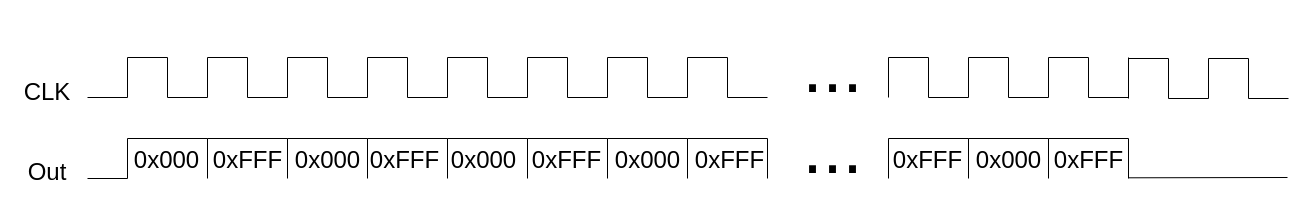
Before: Diagrams/Copy of CheckerBoard1x1black.drawio in sabarioded/Patterns_Project, a draw.io diagram. Source tidied: cells renumbered, new cells numbered last; positions are measured from the earlier drawing's top-left corner, leaving out a move shared by most shapes. Both pictures are drawn from the tidied source at 100%, with x=0, y=0 at pixel (17, 17).
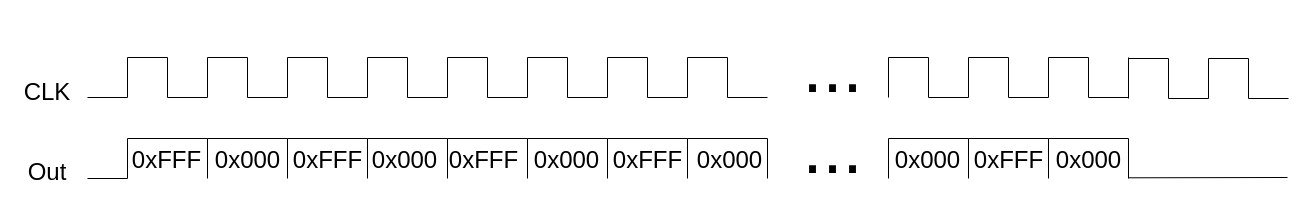
After the change.

Diff of the diagram source:
```diff
@@
-    <mxCell id="55" value="&lt;font style=&quot;font-size: 24px;&quot;&gt;0x000&lt;/font&gt;" style="text;html=1;align=center;verticalAlign=middle;strokeColor=none;fillColor=none;" parent="1" vertex="1">
+    <mxCell id="55" value="&lt;font style=&quot;font-size: 24px;&quot;&gt;0xFFF&lt;/font&gt;" style="text;html=1;align=center;verticalAlign=middle;strokeColor=none;fillColor=none;" parent="1" vertex="1">
       <mxGeometry x="104" y="123" width="90" height="40" as="geometry" />
     </mxCell>
-    <mxCell id="56" value="&lt;font style=&quot;font-size: 24px;&quot;&gt;0xFFF&lt;/font&gt;" style="text;html=1;align=center;verticalAlign=middle;strokeColor=none;fillColor=none;" parent="1" vertex="1">
+    <mxCell id="56" value="&lt;font style=&quot;font-size: 24px;&quot;&gt;0x000&lt;/font&gt;" style="text;html=1;align=center;verticalAlign=middle;strokeColor=none;fillColor=none;" parent="1" vertex="1">
       <mxGeometry x="185" y="123" width="90" height="40" as="geometry" />
     </mxCell>
-    <mxCell id="57" value="&lt;font style=&quot;font-size: 24px;&quot;&gt;0x000&lt;/font&gt;" style="text;html=1;align=center;verticalAlign=middle;strokeColor=none;fillColor=none;" parent="1" vertex="1">
+    <mxCell id="57" value="&lt;font style=&quot;font-size: 24px;&quot;&gt;0xFFF&lt;/font&gt;" style="text;html=1;align=center;verticalAlign=middle;strokeColor=none;fillColor=none;" parent="1" vertex="1">
       <mxGeometry x="265" y="123" width="90" height="40" as="geometry" />
     </mxCell>
-    <mxCell id="58" value="&lt;font style=&quot;font-size: 24px;&quot;&gt;0xFFF&lt;/font&gt;" style="text;html=1;align=center;verticalAlign=middle;strokeColor=none;fillColor=none;" parent="1" vertex="1">
+    <mxCell id="58" value="&lt;font style=&quot;font-size: 24px;&quot;&gt;0x000&lt;/font&gt;" style="text;html=1;align=center;verticalAlign=middle;strokeColor=none;fillColor=none;" parent="1" vertex="1">
       <mxGeometry x="342" y="123" width="90" height="40" as="geometry" />
     </mxCell>
-    <mxCell id="59" value="&lt;font style=&quot;font-size: 24px;&quot;&gt;0x000&lt;/font&gt;" style="text;html=1;align=center;verticalAlign=middle;strokeColor=none;fillColor=none;" parent="1" vertex="1">
+    <mxCell id="59" value="&lt;font style=&quot;font-size: 24px;&quot;&gt;0xFFF&lt;/font&gt;" style="text;html=1;align=center;verticalAlign=middle;strokeColor=none;fillColor=none;" parent="1" vertex="1">
       <mxGeometry x="421" y="123" width="90" height="40" as="geometry" />
     </mxCell>
-    <mxCell id="60" value="&lt;font style=&quot;font-size: 24px;&quot;&gt;0xFFF&lt;/font&gt;" style="text;html=1;align=center;verticalAlign=middle;strokeColor=none;fillColor=none;" parent="1" vertex="1">
+    <mxCell id="60" value="&lt;font style=&quot;font-size: 24px;&quot;&gt;0x000&lt;/font&gt;" style="text;html=1;align=center;verticalAlign=middle;strokeColor=none;fillColor=none;" parent="1" vertex="1">
       <mxGeometry x="504" y="123" width="90" height="40" as="geometry" />
     </mxCell>
-    <mxCell id="61" value="&lt;span style=&quot;font-size: 24px;&quot;&gt;0x000&lt;/span&gt;" style="text;html=1;align=center;verticalAlign=middle;strokeColor=none;fillColor=none;" parent="1" vertex="1">
+    <mxCell id="61" value="&lt;span style=&quot;font-size: 24px;&quot;&gt;0xFFF&lt;/span&gt;" style="text;html=1;align=center;verticalAlign=middle;strokeColor=none;fillColor=none;" parent="1" vertex="1">
       <mxGeometry x="585" y="123" width="90" height="40" as="geometry" />
     </mxCell>
-    <mxCell id="62" value="&lt;font style=&quot;font-size: 24px;&quot;&gt;0xFFF&lt;/font&gt;" style="text;html=1;align=center;verticalAlign=middle;strokeColor=none;fillColor=none;" parent="1" vertex="1">
+    <mxCell id="62" value="&lt;font style=&quot;font-size: 24px;&quot;&gt;0x000&lt;/font&gt;" style="text;html=1;align=center;verticalAlign=middle;strokeColor=none;fillColor=none;" parent="1" vertex="1">
       <mxGeometry x="667" y="123" width="90" height="40" as="geometry" />
     </mxCell>
@@
-    <mxCell id="85" value="&lt;font style=&quot;font-size: 24px;&quot;&gt;0xFFF&lt;/font&gt;" style="text;html=1;align=center;verticalAlign=middle;strokeColor=none;fillColor=none;" parent="1" vertex="1">
+    <mxCell id="85" value="&lt;font style=&quot;font-size: 24px;&quot;&gt;0x000&lt;/font&gt;" style="text;html=1;align=center;verticalAlign=middle;strokeColor=none;fillColor=none;" parent="1" vertex="1">
       <mxGeometry x="865" y="123" width="90" height="40" as="geometry" />
     </mxCell>
-    <mxCell id="86" value="&lt;font style=&quot;font-size: 24px;&quot;&gt;0x000&lt;/font&gt;" style="text;html=1;align=center;verticalAlign=middle;strokeColor=none;fillColor=none;" parent="1" vertex="1">
+    <mxCell id="86" value="&lt;font style=&quot;font-size: 24px;&quot;&gt;0xFFF&lt;/font&gt;" style="text;html=1;align=center;verticalAlign=middle;strokeColor=none;fillColor=none;" parent="1" vertex="1">
       <mxGeometry x="946" y="123" width="90" height="40" as="geometry" />
     </mxCell>
-    <mxCell id="87" value="&lt;font style=&quot;font-size: 24px;&quot;&gt;0xFFF&lt;/font&gt;" style="text;html=1;align=center;verticalAlign=middle;strokeColor=none;fillColor=none;" parent="1" vertex="1">
+    <mxCell id="87" value="&lt;font style=&quot;font-size: 24px;&quot;&gt;0x000&lt;/font&gt;" style="text;html=1;align=center;verticalAlign=middle;strokeColor=none;fillColor=none;" parent="1" vertex="1">
       <mxGeometry x="1026" y="123" width="90" height="40" as="geometry" />
     </mxCell>
```
